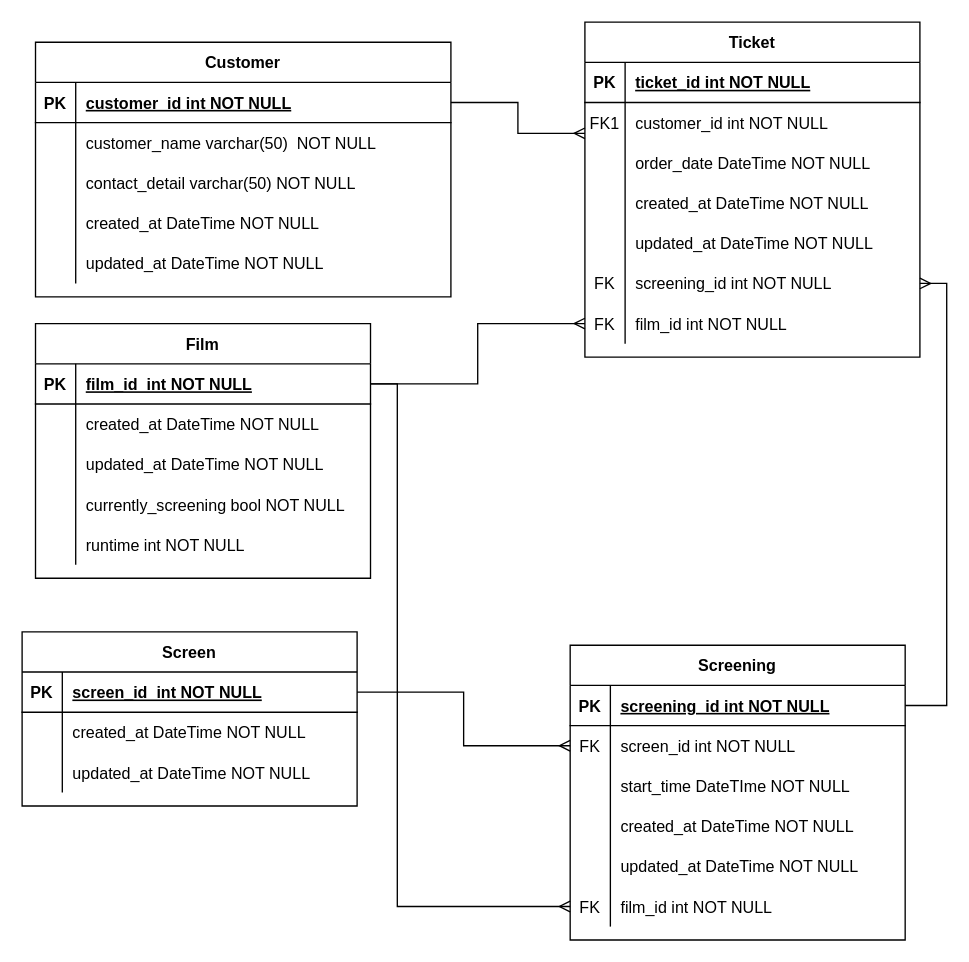
boolean-uk/database-design keeps this draw.io diagram as CinemaChallenge.drawio. Above is the earlier version. Source tidied: cells renumbered, new cells numbered last; positions are measured from the earlier drawing's top-left corner, leaving out a move shared by most shapes. Both pictures are drawn from the tidied source at 134%, with x=0, y=0 at pixel (21, 21).
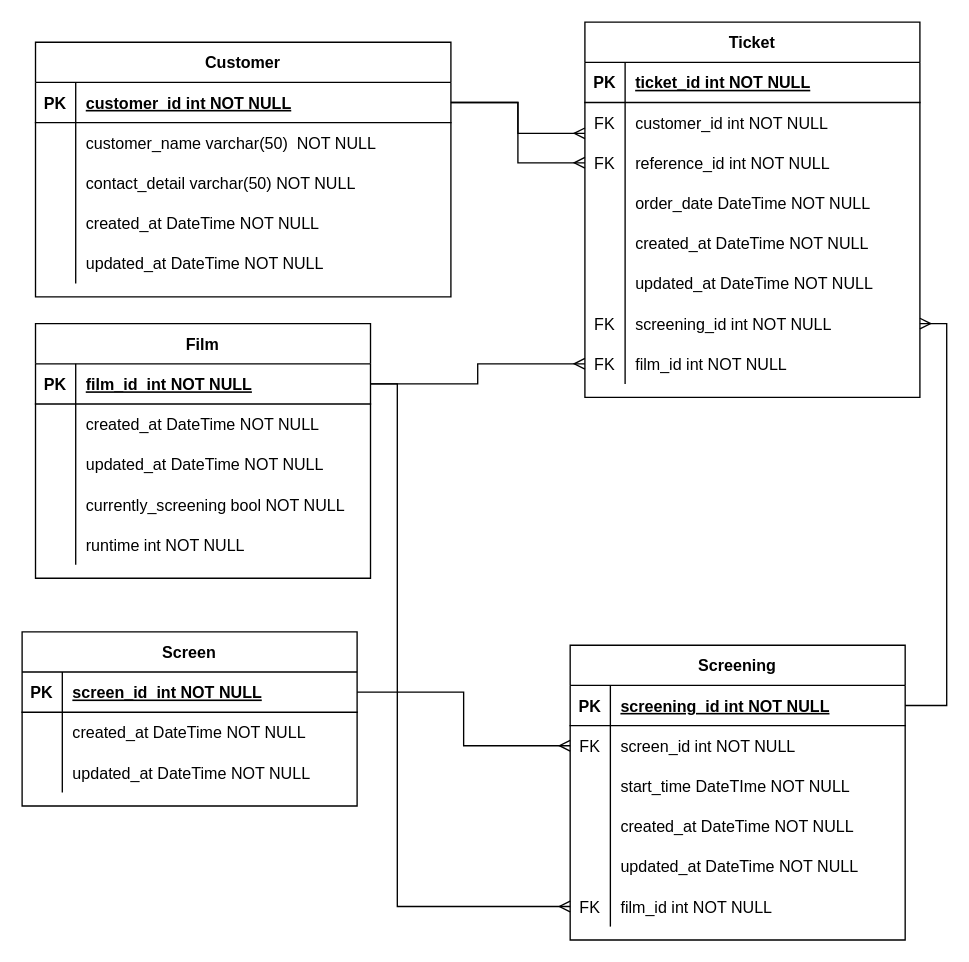
Above is the later version.

Commit message (it also covers changes not shown here):
forgot reference_id

The change refers to these unchanged cells:
```xml
<mxCell id="6" style="shape=partialRectangle;fillColor=none;points=[[0,0.5],[1,0.5]];portConstraint=eastwest;top=0;left=0;right=0;bottom=0;" parent="2" vertex="1">
  <mxGeometry y="60" width="250" height="30" as="geometry" />
</mxCell>
<mxCell id="41" style="shape=partialRectangle;fillColor=none;points=[[0,0.5],[1,0.5]];portConstraint=eastwest;top=0;left=0;right=0;bottom=1;" parent="40" vertex="1">
  <mxGeometry y="30" width="310" height="30" as="geometry" />
</mxCell>
```

What changed in the source:
```diff
@@
     <mxCell id="2" value="Ticket" style="shape=table;startSize=30;childLayout=tableLayout;rowLines=0;fontStyle=1;align=center;" parent="1" vertex="1">
-      <mxGeometry x="420" width="250" height="250" as="geometry" />
+      <mxGeometry x="420" width="250" height="280" as="geometry" />
     </mxCell>
@@
-    <mxCell id="7" value="FK1" style="shape=partialRectangle;overflow=hidden;fillColor=none;top=0;left=0;bottom=0;right=0;" parent="6" vertex="1">
+    <mxCell id="7" value="FK" style="shape=partialRectangle;overflow=hidden;fillColor=none;top=0;left=0;bottom=0;right=0;" parent="6" vertex="1">
       <mxGeometry width="30" height="30" as="geometry" />
     </mxCell>
@@
+    <mxCell id="90" style="shape=partialRectangle;fillColor=none;points=[[0,0.5],[1,0.5]];portConstraint=eastwest;top=0;left=0;right=0;bottom=0;" parent="2" vertex="1">
+      <mxGeometry y="90" width="250" height="30" as="geometry" />
+    </mxCell>
+    <mxCell id="91" value="FK" style="shape=partialRectangle;overflow=hidden;fillColor=none;top=0;left=0;bottom=0;right=0;" parent="90" vertex="1">
+      <mxGeometry width="30" height="30" as="geometry" />
+    </mxCell>
+    <mxCell id="92" value="reference_id int NOT NULL" style="shape=partialRectangle;overflow=hidden;fillColor=none;top=0;left=0;bottom=0;right=0;align=left;spacingLeft=6;" parent="90" vertex="1">
+      <mxGeometry x="30" width="220" height="30" as="geometry" />
+    </mxCell>
     <mxCell id="9" style="shape=partialRectangle;fillColor=none;top=0;left=0;right=0;bottom=0;" parent="2" vertex="1">
-      <mxGeometry y="90" width="250" height="30" as="geometry" />
+      <mxGeometry y="120" width="250" height="30" as="geometry" />
     </mxCell>
@@
     <mxCell id="12" style="shape=partialRectangle;fillColor=none;top=0;left=0;right=0;bottom=0;" parent="2" vertex="1">
-      <mxGeometry y="120" width="250" height="30" as="geometry" />
+      <mxGeometry y="150" width="250" height="30" as="geometry" />
     </mxCell>
@@
     <mxCell id="15" style="shape=partialRectangle;fillColor=none;top=0;left=0;right=0;bottom=0;" parent="2" vertex="1">
-      <mxGeometry y="150" width="250" height="30" as="geometry" />
+      <mxGeometry y="180" width="250" height="30" as="geometry" />
     </mxCell>
@@
     <mxCell id="18" style="shape=partialRectangle;fillColor=none;points=[[0,0.5],[1,0.5]];portConstraint=eastwest;top=0;left=0;right=0;bottom=0;" parent="2" vertex="1">
-      <mxGeometry y="180" width="250" height="30" as="geometry" />
+      <mxGeometry y="210" width="250" height="30" as="geometry" />
     </mxCell>
@@
     <mxCell id="21" style="shape=partialRectangle;fillColor=none;points=[[0,0.5],[1,0.5]];portConstraint=eastwest;top=0;left=0;right=0;bottom=0;" parent="2" vertex="1">
-      <mxGeometry y="210" width="250" height="30" as="geometry" />
+      <mxGeometry y="240" width="250" height="30" as="geometry" />
     </mxCell>
@@
+    <mxCell id="93" style="edgeStyle=orthogonalEdgeStyle;rounded=0;jettySize=auto;html=1;entryX=0;entryY=0.5;entryDx=0;entryDy=0;endArrow=ERmany;endFill=0;" parent="1" edge="1" source="41" target="90">
+      <mxGeometry relative="1" as="geometry" />
+    </mxCell>
```
